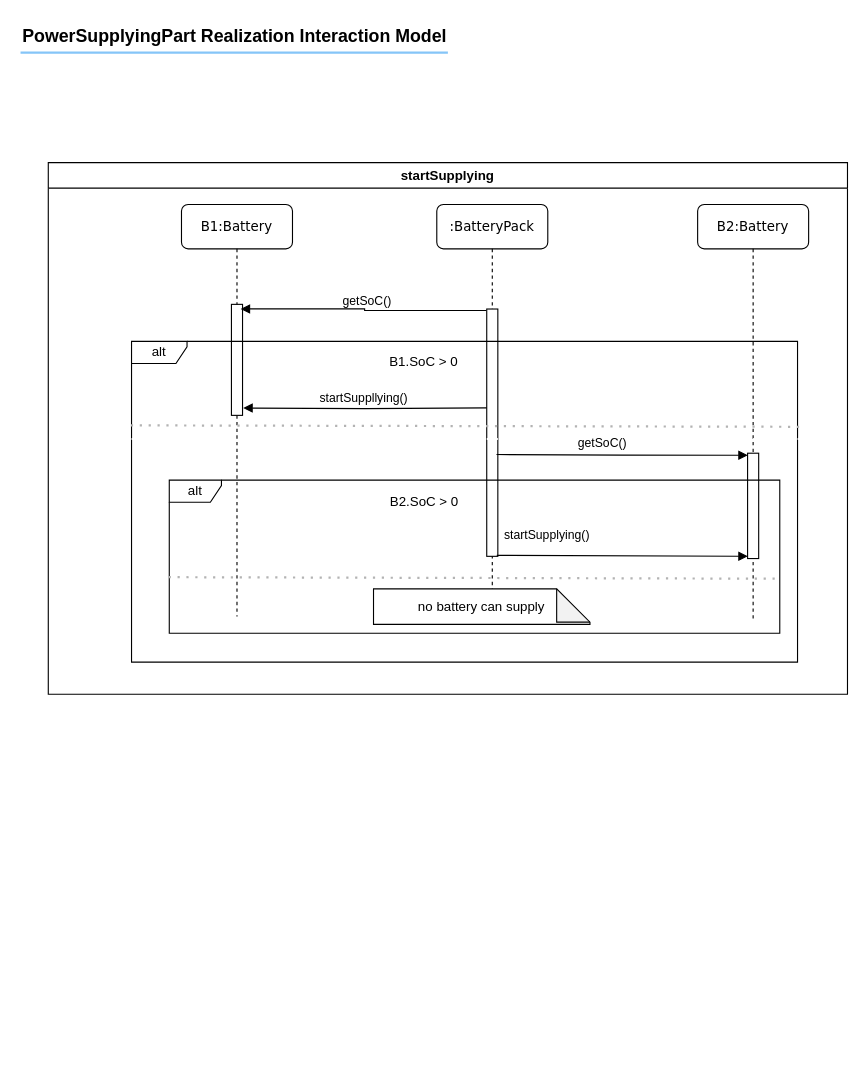
The draw.io diagram version/4/KobrA_Realization-Interaction-Model_PowerSupplyingParty-startSupplying.drawio in Mohammad-Si/convide-A02-MVE, before the edit. Source tidied: cells renumbered, new cells numbered last; positions are measured from the earlier drawing's top-left corner, leaving out a move shared by most shapes. Both pictures are drawn from the tidied source at 111%, with x=0, y=0 at pixel (20, 19).
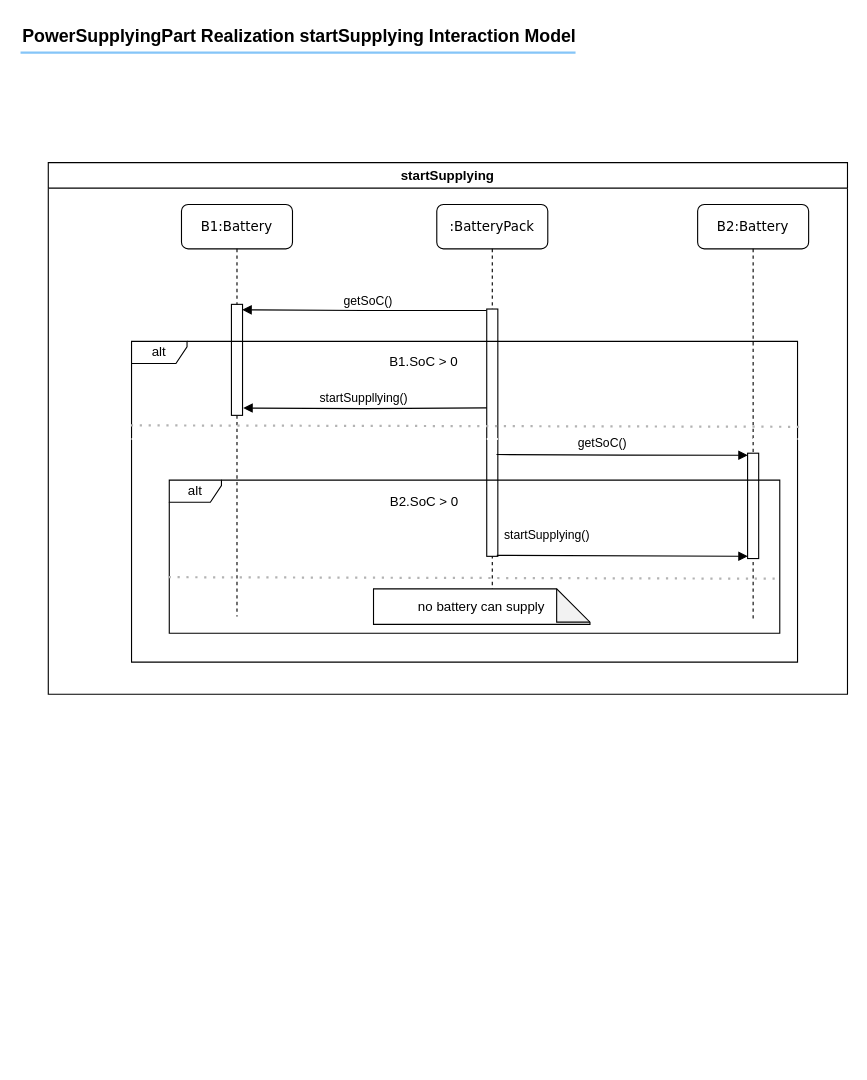
The same diagram, later.

The change refers to these unchanged cells:
```xml
<mxCell id="2" style="group;" parent="1" vertex="1">
  <mxGeometry x="25" y="129" width="720" height="810" as="geometry" />
</mxCell>
<mxCell id="4" style="html=1;points=[];perimeter=orthogonalPerimeter;rounded=0;shadow=0;comic=0;labelBackgroundColor=none;strokeWidth=1;fontFamily=Verdana;fontSize=12;align=center;" parent="3" vertex="1">
  <mxGeometry x="45" y="94.2" width="10" height="222.8" as="geometry" />
</mxCell>
<mxCell id="6" style="html=1;points=[];perimeter=orthogonalPerimeter;rounded=0;shadow=0;comic=0;labelBackgroundColor=none;strokeWidth=1;fontFamily=Verdana;fontSize=12;align=center;" parent="5" vertex="1">
  <mxGeometry x="45" y="90" width="10" height="100" as="geometry" />
</mxCell>
```

The edit, as a diff of the source:
```diff
@@
-    <mxCell id="9" style="edgeStyle=orthogonalEdgeStyle;rounded=0;jettySize=auto;html=1;entryX=0.826;entryY=0.041;entryDx=0;entryDy=0;entryPerimeter=0;exitX=-0.041;exitY=0.006;exitDx=0;exitDy=0;exitPerimeter=0;endArrow=block;endFill=1;" parent="2" edge="1" source="4" target="6">
+    <mxCell id="9" style="edgeStyle=orthogonalEdgeStyle;rounded=0;jettySize=auto;html=1;entryX=0.973;entryY=0.049;entryDx=0;entryDy=0;entryPerimeter=0;exitX=-0.041;exitY=0.006;exitDx=0;exitDy=0;exitPerimeter=0;endArrow=block;endFill=1;" parent="2" edge="1" source="4" target="6">
       <mxGeometry relative="1" as="geometry">
         <Array as="points">
           <mxPoint x="285" y="133" />
         </Array>
       </mxGeometry>
     </mxCell>
@@
-    <mxCell id="22" value="&lt;b&gt;PowerSupplyingPart Realization Interaction Model&lt;/b&gt;" style="text;fontSize=16;verticalAlign=middle;strokeColor=none;fillColor=none;whiteSpace=wrap;html=1;" parent="1" vertex="1">
-      <mxGeometry width="388" height="30" as="geometry" />
+    <mxCell id="22" value="&lt;b&gt;PowerSupplyingPart Realization startSupplying Interaction Model&lt;/b&gt;" style="text;fontSize=16;verticalAlign=middle;strokeColor=none;fillColor=none;whiteSpace=wrap;html=1;" parent="1" vertex="1">
+      <mxGeometry width="510" height="30" as="geometry" />
     </mxCell>
     <mxCell id="23" style="dashed=0;shape=line;strokeWidth=2;noLabel=1;strokeColor=#0C8CF2;opacity=50;" parent="1" vertex="1">
-      <mxGeometry y="25" width="385" height="10" as="geometry" />
+      <mxGeometry y="25" width="500" height="10" as="geometry" />
     </mxCell>
```
